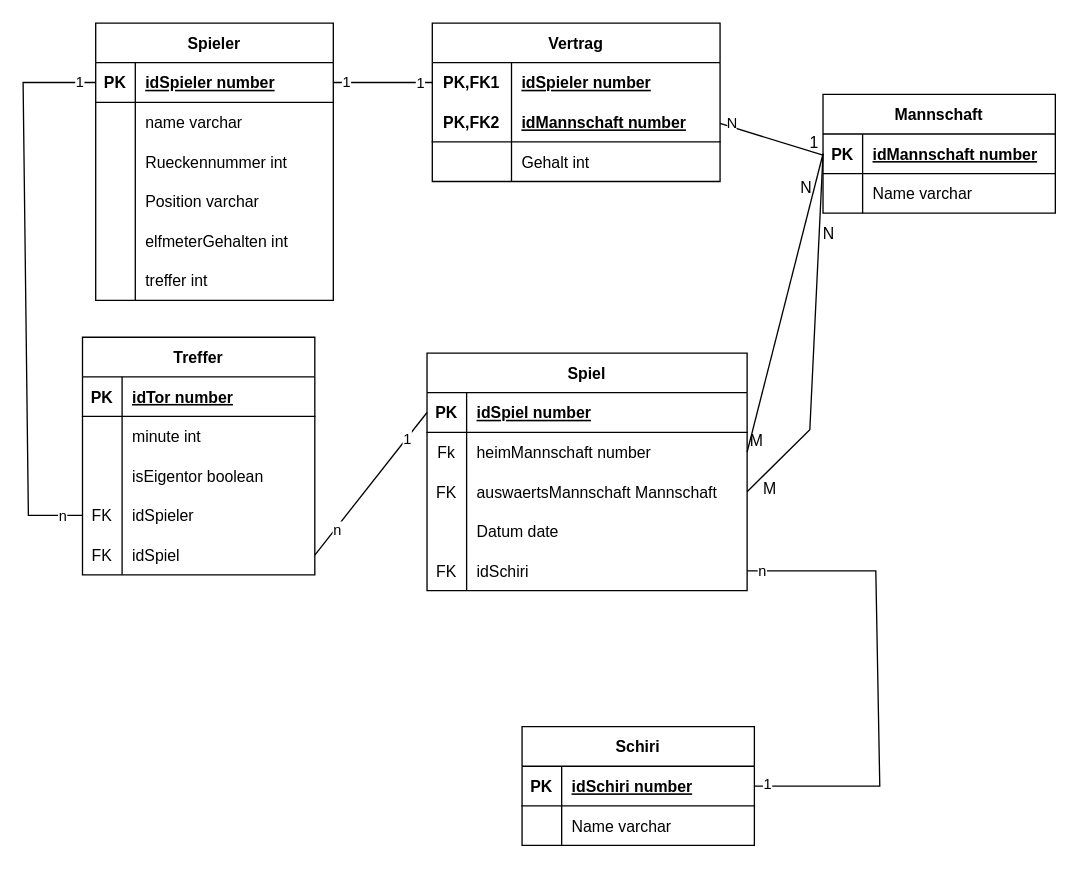
Before: Datenmodell.drawio in lukas-rdtk/fussball-kunnert, a draw.io diagram. Source tidied: cells renumbered, new cells numbered last; positions are measured from the earlier drawing's top-left corner, leaving out a move shared by most shapes. Both pictures are drawn from the tidied source at 132%, with x=0, y=0 at pixel (22, 22).
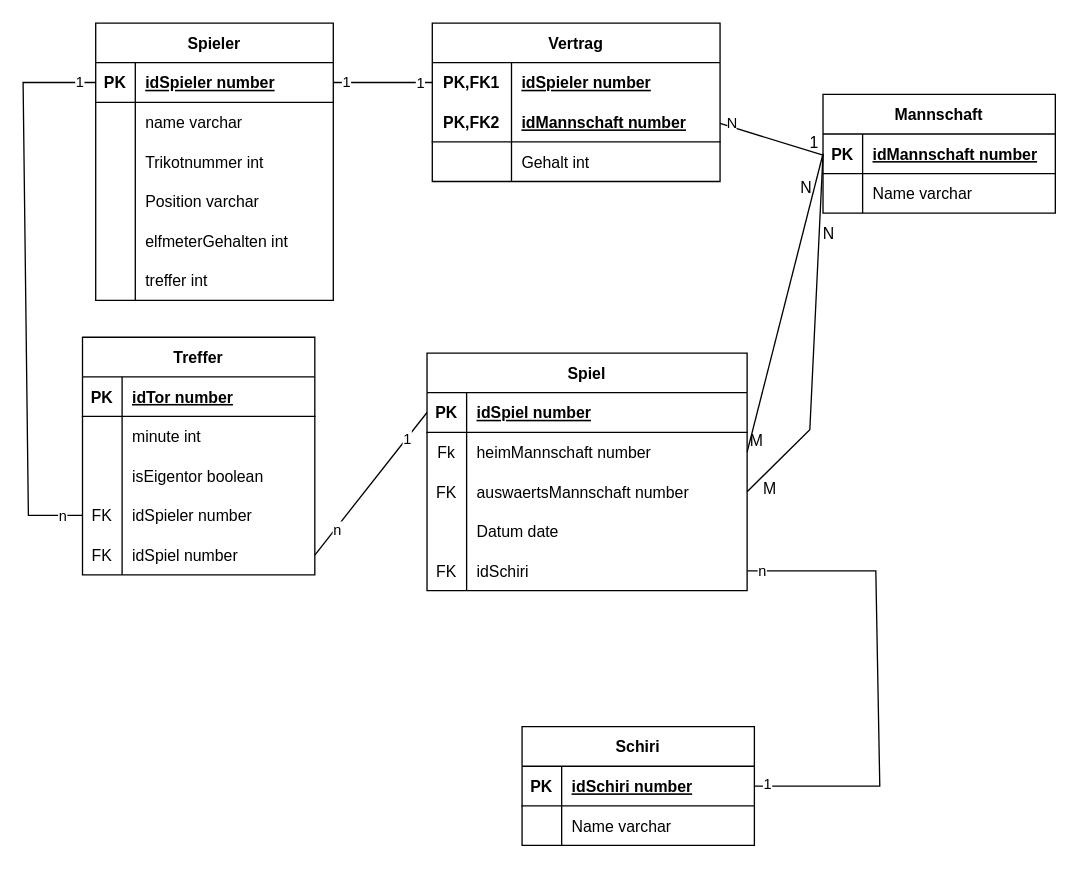
The same page after the edit.

Commit message:
Datenmodell angepasst

Unchanged cells that the change refers to:
```xml
<mxCell id="9" style="shape=tableRow;horizontal=0;startSize=0;swimlaneHead=0;swimlaneBody=0;fillColor=none;top=0;left=0;right=0;bottom=0;" parent="2" vertex="1">
  <mxGeometry y="90" width="180" height="30" as="geometry" />
</mxCell>
<mxCell id="42" style="shape=tableRow;horizontal=0;startSize=0;swimlaneHead=0;swimlaneBody=0;fillColor=none;points=[[0,0.5],[1,0.5]];portConstraint=eastwest;top=0;left=0;right=0;bottom=0;" parent="35" vertex="1">
  <mxGeometry y="90" width="242.5" height="30" as="geometry" />
</mxCell>
<mxCell id="61" style="shape=tableRow;horizontal=0;startSize=0;swimlaneHead=0;swimlaneBody=0;fillColor=none;points=[[0,0.5],[1,0.5]];portConstraint=eastwest;top=0;left=0;right=0;bottom=0;" parent="51" vertex="1">
  <mxGeometry y="120" width="176" height="30" as="geometry" />
</mxCell>
<mxCell id="64" style="shape=tableRow;horizontal=0;startSize=0;swimlaneHead=0;swimlaneBody=0;fillColor=none;points=[[0,0.5],[1,0.5]];portConstraint=eastwest;top=0;left=0;right=0;bottom=0;" parent="51" vertex="1">
  <mxGeometry y="150" width="176" height="30" as="geometry" />
</mxCell>
```

Diff of the diagram source:
```diff
@@
-    <mxCell id="11" value="Rueckennummer int" style="shape=partialRectangle;fillColor=none;top=0;left=0;bottom=0;right=0;align=left;spacingLeft=6;overflow=hidden;" parent="9" vertex="1">
+    <mxCell id="11" value="Trikotnummer int" style="shape=partialRectangle;fillColor=none;top=0;left=0;bottom=0;right=0;align=left;spacingLeft=6;overflow=hidden;" parent="9" vertex="1">
       <mxGeometry x="30" width="150" height="30" as="geometry" />
     </mxCell>
@@
-    <mxCell id="44" value="auswaertsMannschaft Mannschaft" style="shape=partialRectangle;fillColor=none;top=0;left=0;bottom=0;right=0;align=left;spacingLeft=6;overflow=hidden;" parent="42" vertex="1">
+    <mxCell id="44" value="auswaertsMannschaft number" style="shape=partialRectangle;fillColor=none;top=0;left=0;bottom=0;right=0;align=left;spacingLeft=6;overflow=hidden;" parent="42" vertex="1">
       <mxGeometry x="30" width="212.5" height="30" as="geometry" />
     </mxCell>
@@
-    <mxCell id="63" value="idSpieler" style="shape=partialRectangle;fillColor=none;top=0;left=0;bottom=0;right=0;align=left;spacingLeft=6;overflow=hidden;" parent="61" vertex="1">
+    <mxCell id="63" value="idSpieler number" style="shape=partialRectangle;fillColor=none;top=0;left=0;bottom=0;right=0;align=left;spacingLeft=6;overflow=hidden;" parent="61" vertex="1">
       <mxGeometry x="30" width="146" height="30" as="geometry" />
     </mxCell>
@@
-    <mxCell id="66" value="idSpiel" style="shape=partialRectangle;fillColor=none;top=0;left=0;bottom=0;right=0;align=left;spacingLeft=6;overflow=hidden;" parent="64" vertex="1">
+    <mxCell id="66" value="idSpiel number" style="shape=partialRectangle;fillColor=none;top=0;left=0;bottom=0;right=0;align=left;spacingLeft=6;overflow=hidden;" parent="64" vertex="1">
       <mxGeometry x="30" width="146" height="30" as="geometry" />
     </mxCell>
```
